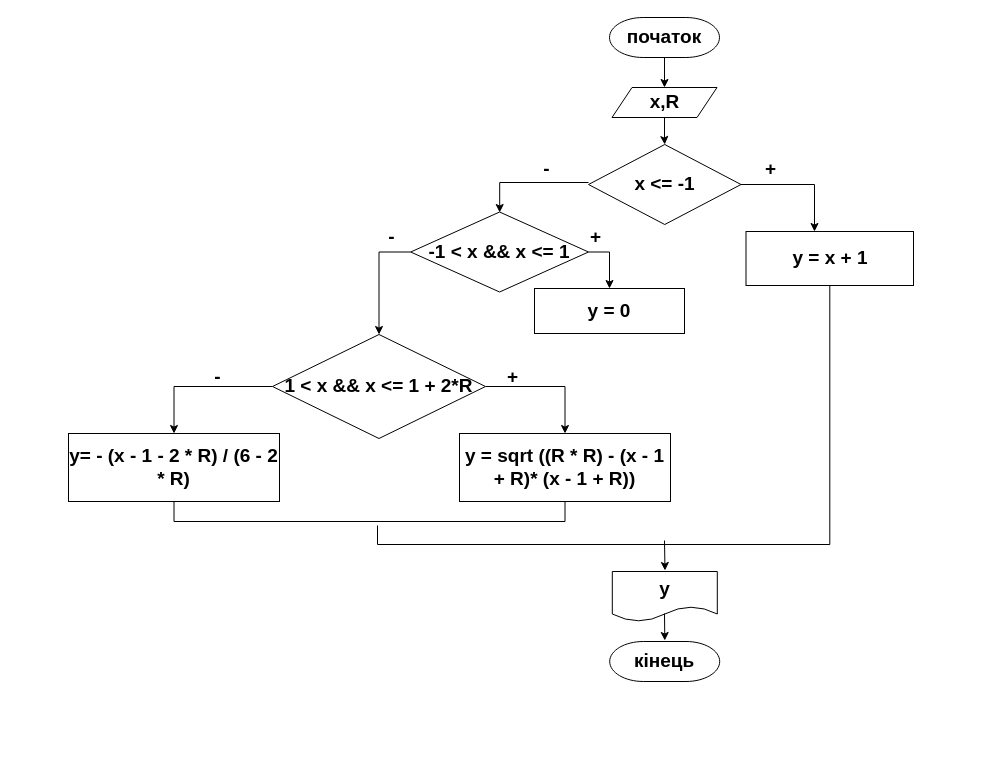
Earlier version of the draw.io diagram page "Сторінка-1" (1 of 2) of lab_3.3 uml.drawio (viksi01/lab_3.3). Source tidied: cells renumbered, new cells numbered last; positions are measured from the earlier drawing's top-left corner, leaving out a move shared by most shapes. Both pictures are drawn from the tidied source at 100%, with x=0, y=0 at pixel (68, 17).
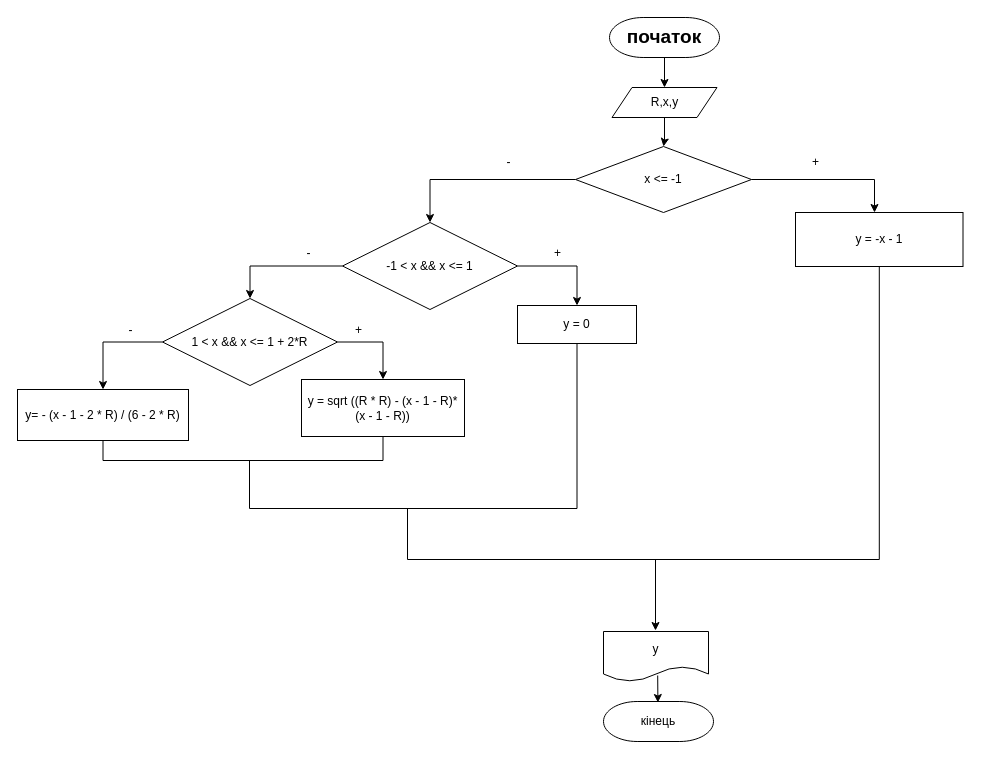
After the change.

The change refers to these unchanged cells:
```xml
<mxCell id="2" value="&lt;span style=&quot;font-size: 19px;&quot;&gt;початок&lt;/span&gt;" style="strokeWidth=1;html=1;shape=mxgraph.flowchart.terminator;whiteSpace=wrap;fontStyle=1;fontSize=19;" parent="1" vertex="1">
  <mxGeometry x="541" width="110" height="40" as="geometry" />
</mxCell>
```

What changed in the source:
```diff
@@
-    <mxCell id="3" style="edgeStyle=orthogonalEdgeStyle;rounded=0;jettySize=auto;html=1;fontStyle=1;fontSize=19;entryX=0.5;entryY=0;entryDx=0;entryDy=0;" parent="1" edge="1" source="4" target="6">
+    <mxCell id="3" style="edgeStyle=orthogonalEdgeStyle;rounded=0;jettySize=auto;html=1;fontStyle=0;fontSize=12;entryX=0.5;entryY=0;entryDx=0;entryDy=0;" parent="1" edge="1" source="4" target="6">
       <mxGeometry relative="1" as="geometry">
         <Array as="points">
           <mxPoint x="596" y="123" />
           <mxPoint x="596" y="123" />
         </Array>
       </mxGeometry>
     </mxCell>
-    <mxCell id="4" value="x,R" style="shape=parallelogram;perimeter=parallelogramPerimeter;whiteSpace=wrap;html=1;fixedSize=1;fontStyle=1;fontSize=19;" parent="1" vertex="1">
+    <mxCell id="4" value="R,x,y" style="shape=parallelogram;perimeter=parallelogramPerimeter;whiteSpace=wrap;html=1;fixedSize=1;fontStyle=0;fontSize=12;" parent="1" vertex="1">
       <mxGeometry x="543.5" y="70" width="105" height="30" as="geometry" />
     </mxCell>
-    <mxCell id="5" style="endArrow=classic;html=1;rounded=0;strokeColor=default;exitX=0.5;exitY=1;exitDx=0;exitDy=0;exitPerimeter=0;fontStyle=1;fontSize=19;" parent="1" edge="1" source="2">
+    <mxCell id="5" style="endArrow=classic;html=1;rounded=0;strokeColor=default;exitX=0.5;exitY=1;exitDx=0;exitDy=0;exitPerimeter=0;fontStyle=0;fontSize=12;" parent="1" edge="1" source="2">
       <mxGeometry relative="1" as="geometry">
         <mxPoint x="596" y="70" as="targetPoint" />
       </mxGeometry>
     </mxCell>
+    <mxCell id="31" style="edgeStyle=orthogonalEdgeStyle;rounded=0;jettySize=auto;html=1;fontSize=12;entryX=0.5;entryY=0;entryDx=0;entryDy=0;exitX=0;exitY=0.5;exitDx=0;exitDy=0;fontStyle=0;" parent="1" edge="1" source="6" target="13">
+      <mxGeometry relative="1" as="geometry" />
+    </mxCell>
-    <mxCell id="6" value="x &amp;lt;= -1" style="rhombus;whiteSpace=wrap;html=1;fontStyle=1;fontSize=19;" parent="1" vertex="1">
-      <mxGeometry x="520" y="127" width="152.5" height="80" as="geometry" />
+    <mxCell id="6" value="&lt;span style=&quot;font-size: 12px;&quot;&gt;x &amp;lt;= -1&lt;/span&gt;" style="rhombus;whiteSpace=wrap;html=1;fontStyle=0;fontSize=12;" parent="1" vertex="1">
+      <mxGeometry x="507" y="129" width="176" height="66" as="geometry" />
     </mxCell>
-    <mxCell id="7" style="edgeStyle=orthogonalEdgeStyle;rounded=0;jettySize=auto;html=1;endArrow=none;endFill=0;" parent="1" edge="1" source="8">
-      <mxGeometry relative="1" as="geometry">
-        <mxPoint x="309" y="508" as="targetPoint" />
-        <Array as="points">
-          <mxPoint x="761" y="527" />
-          <mxPoint x="309" y="527" />
-        </Array>
-      </mxGeometry>
-    </mxCell>
+    <mxCell id="32" style="edgeStyle=orthogonalEdgeStyle;rounded=0;jettySize=auto;html=1;fontSize=12;endArrow=none;endFill=0;" parent="1" edge="1" source="8">
+      <mxGeometry relative="1" as="geometry">
+        <mxPoint x="339" y="491" as="targetPoint" />
+        <Array as="points">
+          <mxPoint x="811" y="542" />
+          <mxPoint x="339" y="542" />
+        </Array>
+      </mxGeometry>
+    </mxCell>
-    <mxCell id="8" value="y = x + 1" style="whiteSpace=wrap;html=1;fontStyle=1;fontSize=19;" parent="1" vertex="1">
-      <mxGeometry x="677.5" y="214" width="167.5" height="54" as="geometry" />
+    <mxCell id="8" value="y = -x - 1" style="whiteSpace=wrap;html=1;fontStyle=0;fontSize=12;" parent="1" vertex="1">
+      <mxGeometry x="727" y="195" width="167.5" height="54" as="geometry" />
     </mxCell>
-    <mxCell id="9" style="edgeStyle=orthogonalEdgeStyle;rounded=0;jettySize=auto;html=1;exitX=1;exitY=0.5;exitDx=0;exitDy=0;fontStyle=1;fontSize=19;" parent="1" edge="1" source="6" target="8">
+    <mxCell id="9" style="edgeStyle=orthogonalEdgeStyle;rounded=0;jettySize=auto;html=1;exitX=1;exitY=0.5;exitDx=0;exitDy=0;fontStyle=0;fontSize=12;" parent="1" edge="1" source="6" target="8">
       <mxGeometry relative="1" as="geometry">
         <Array as="points">
-          <mxPoint x="746" y="167" />
+          <mxPoint x="806" y="162" />
         </Array>
       </mxGeometry>
     </mxCell>
-    <mxCell id="10" style="edgeStyle=orthogonalEdgeStyle;rounded=0;orthogonalLoop=1;jettySize=auto;html=1;exitX=1;exitY=0.5;exitDx=0;exitDy=0;entryX=0.5;entryY=0;entryDx=0;entryDy=0;fontStyle=1;fontSize=19;" parent="1" edge="1">
-      <mxGeometry relative="1" as="geometry">
-        <mxPoint x="520" y="165" as="sourcePoint" />
-        <mxPoint x="431.2" y="195" as="targetPoint" />
-        <Array as="points">
-          <mxPoint x="431.2" y="165" />
-        </Array>
-      </mxGeometry>
-    </mxCell>
-    <mxCell id="11" style="edgeStyle=orthogonalEdgeStyle;rounded=0;jettySize=auto;html=1;strokeColor=default;fontStyle=1;fontSize=19;exitX=1;exitY=0.5;exitDx=0;exitDy=0;" parent="1" edge="1" source="13" target="14">
+    <mxCell id="11" style="edgeStyle=orthogonalEdgeStyle;rounded=0;jettySize=auto;html=1;fontSize=12;entryX=0.5;entryY=0;entryDx=0;entryDy=0;fontStyle=0;exitX=1;exitY=0.5;exitDx=0;exitDy=0;" parent="1" edge="1" source="13" target="14">
       <mxGeometry relative="1" as="geometry" />
     </mxCell>
-    <mxCell id="12" style="edgeStyle=orthogonalEdgeStyle;rounded=0;jettySize=auto;html=1;exitX=0;exitY=0.5;exitDx=0;exitDy=0;" parent="1" edge="1" source="13" target="24">
+    <mxCell id="12" style="edgeStyle=orthogonalEdgeStyle;rounded=0;jettySize=auto;html=1;fontSize=12;entryX=0.5;entryY=0;entryDx=0;entryDy=0;" parent="1" edge="1" source="13" target="24">
       <mxGeometry relative="1" as="geometry" />
     </mxCell>
-    <mxCell id="13" value="-1 &amp;lt; x &amp;amp;&amp;amp; x &amp;lt;= 1" style="rhombus;whiteSpace=wrap;html=1;fontStyle=1;fontSize=19;" parent="1" vertex="1">
-      <mxGeometry x="342.2" y="194.5" width="177.8" height="80" as="geometry" />
+    <mxCell id="13" value="-1 &amp;lt; x &amp;amp;&amp;amp; x &amp;lt;= 1" style="rhombus;whiteSpace=wrap;html=1;fontStyle=0;fontSize=12;" parent="1" vertex="1">
+      <mxGeometry x="274" y="205" width="175" height="87" as="geometry" />
     </mxCell>
-    <mxCell id="14" value="y = 0" style="whiteSpace=wrap;html=1;fontStyle=1;fontSize=19;" parent="1" vertex="1">
-      <mxGeometry x="466" y="271" width="150" height="45" as="geometry" />
-    </mxCell>
-    <mxCell id="15" style="endArrow=classic;html=1;rounded=0;strokeColor=default;fontStyle=1;fontSize=19;" parent="1" edge="1">
-      <mxGeometry relative="1" as="geometry">
-        <mxPoint x="596" y="523" as="sourcePoint" />
-        <mxPoint x="596.5" y="553" as="targetPoint" />
-      </mxGeometry>
-    </mxCell>
-    <mxCell id="16" value="y" style="shape=document;whiteSpace=wrap;html=1;boundedLbl=1;rounded=0;strokeWidth=1;fontStyle=1;fontSize=19;" parent="1" vertex="1">
-      <mxGeometry x="543.8" y="554" width="105" height="50" as="geometry" />
+    <mxCell id="16" value="y" style="shape=document;whiteSpace=wrap;html=1;boundedLbl=1;rounded=0;strokeWidth=1;fontStyle=0;fontSize=12;" parent="1" vertex="1">
+      <mxGeometry x="535" y="614" width="105" height="50" as="geometry" />
     </mxCell>
-    <mxCell id="17" style="endArrow=classic;html=1;rounded=0;strokeColor=default;fontStyle=1;fontSize=19;" parent="1" edge="1">
+    <mxCell id="17" style="endArrow=classic;html=1;rounded=0;strokeColor=default;fontStyle=0;fontSize=12;" parent="1" edge="1">
       <mxGeometry relative="1" as="geometry">
-        <mxPoint x="596" y="596" as="sourcePoint" />
-        <mxPoint x="596.3" y="623" as="targetPoint" />
+        <mxPoint x="589.2" y="658" as="sourcePoint" />
+        <mxPoint x="589.4" y="685" as="targetPoint" />
       </mxGeometry>
     </mxCell>
-    <mxCell id="18" value="кінець" style="strokeWidth=1;html=1;shape=mxgraph.flowchart.terminator;whiteSpace=wrap;fontStyle=1;fontSize=19;" parent="1" vertex="1">
-      <mxGeometry x="541.2" y="624" width="110" height="40" as="geometry" />
+    <mxCell id="18" value="кінець" style="strokeWidth=1;html=1;shape=mxgraph.flowchart.terminator;whiteSpace=wrap;fontStyle=0;fontSize=12;" parent="1" vertex="1">
+      <mxGeometry x="535" y="684" width="110" height="40" as="geometry" />
     </mxCell>
-    <mxCell id="19" value="+" style="text;html=1;align=center;verticalAlign=middle;strokeColor=none;fillColor=none;fontStyle=1;fontSize=19;" parent="1" vertex="1">
-      <mxGeometry x="512" y="202" width="29" height="35" as="geometry" />
-    </mxCell>
-    <mxCell id="20" value="+" style="text;html=1;align=center;verticalAlign=middle;strokeColor=none;fillColor=none;fontStyle=1;fontSize=19;" parent="1" vertex="1">
-      <mxGeometry x="687" y="134" width="29" height="35" as="geometry" />
-    </mxCell>
-    <mxCell id="21" value="-" style="text;html=1;align=center;verticalAlign=middle;strokeColor=none;fillColor=none;fontStyle=1;fontSize=19;" parent="1" vertex="1">
-      <mxGeometry x="466" y="134" width="24" height="35" as="geometry" />
-    </mxCell>
-    <mxCell id="22" style="edgeStyle=orthogonalEdgeStyle;rounded=0;jettySize=auto;html=1;exitX=1;exitY=0.5;exitDx=0;exitDy=0;" parent="1" edge="1" source="24" target="25">
-      <mxGeometry relative="1" as="geometry" />
-    </mxCell>
+    <mxCell id="33" style="edgeStyle=orthogonalEdgeStyle;rounded=0;jettySize=auto;html=1;fontSize=12;endArrow=none;endFill=0;" parent="1" edge="1" source="14">
+      <mxGeometry relative="1" as="geometry">
+        <mxPoint x="181" y="443" as="targetPoint" />
+        <Array as="points">
+          <mxPoint x="509" y="491" />
+          <mxPoint x="181" y="491" />
+        </Array>
+      </mxGeometry>
+    </mxCell>
+    <mxCell id="14" value="y = 0" style="whiteSpace=wrap;html=1;fontSize=12;fontStyle=0;" parent="1" vertex="1">
+      <mxGeometry x="449" y="288" width="119" height="38" as="geometry" />
+    </mxCell>
+    <mxCell id="34" value="&lt;font style=&quot;font-size: 12px;&quot;&gt;&lt;span style=&quot;font-size: 12px;&quot;&gt;+&lt;/span&gt;&lt;/font&gt;" style="text;html=1;align=center;verticalAlign=middle;strokeColor=none;fillColor=none;fontSize=12;fontStyle=0;" parent="1" vertex="1">
+      <mxGeometry x="734" y="132" width="25" height="26" as="geometry" />
+    </mxCell>
+    <mxCell id="35" value="&lt;span style=&quot;font-size: 12px;&quot;&gt;-&lt;/span&gt;" style="text;html=1;align=center;verticalAlign=middle;strokeColor=none;fillColor=none;fontSize=12;fontStyle=0;" parent="1" vertex="1">
+      <mxGeometry x="429" y="132" width="22" height="26" as="geometry" />
+    </mxCell>
+    <mxCell id="36" value="&lt;font style=&quot;font-size: 12px;&quot;&gt;&lt;span style=&quot;font-size: 12px;&quot;&gt;+&lt;/span&gt;&lt;/font&gt;" style="text;html=1;align=center;verticalAlign=middle;strokeColor=none;fillColor=none;fontSize=12;fontStyle=0;" parent="1" vertex="1">
+      <mxGeometry x="476" y="223" width="25" height="26" as="geometry" />
+    </mxCell>
+    <mxCell id="37" value="&lt;span style=&quot;font-size: 12px;&quot;&gt;-&lt;/span&gt;" style="text;html=1;align=center;verticalAlign=middle;strokeColor=none;fillColor=none;fontSize=12;fontStyle=0;" parent="1" vertex="1">
+      <mxGeometry x="229" y="223" width="22" height="26" as="geometry" />
+    </mxCell>
+    <mxCell id="38" style="edgeStyle=orthogonalEdgeStyle;rounded=0;jettySize=auto;html=1;fontSize=12;exitX=1;exitY=0.5;exitDx=0;exitDy=0;" parent="1" edge="1" source="24" target="40">
+      <mxGeometry relative="1" as="geometry" />
+    </mxCell>
-    <mxCell id="23" style="edgeStyle=orthogonalEdgeStyle;rounded=0;jettySize=auto;html=1;exitX=0;exitY=0.5;exitDx=0;exitDy=0;" parent="1" edge="1" source="24" target="27">
+    <mxCell id="23" style="edgeStyle=orthogonalEdgeStyle;rounded=0;jettySize=auto;html=1;fontSize=12;exitX=0;exitY=0.5;exitDx=0;exitDy=0;" parent="1" edge="1" source="24" target="27">
       <mxGeometry relative="1" as="geometry" />
     </mxCell>
-    <mxCell id="24" value="1 &amp;lt; x &amp;amp;&amp;amp; x &amp;lt;= 1 + 2*R" style="rhombus;whiteSpace=wrap;html=1;fontSize=19;fontStyle=1;" parent="1" vertex="1">
-      <mxGeometry x="204" y="317" width="213" height="104" as="geometry" />
+    <mxCell id="24" value="1 &amp;lt; x &amp;amp;&amp;amp; x &amp;lt;= 1 + 2*R" style="rhombus;whiteSpace=wrap;html=1;fontStyle=0;fontSize=12;" parent="1" vertex="1">
+      <mxGeometry x="94" y="281" width="175" height="87" as="geometry" />
     </mxCell>
-    <mxCell id="25" value="y = sqrt ((R * R) - (x - 1 + R)* (x - 1 + R))" style="whiteSpace=wrap;html=1;fontSize=19;fontStyle=1;" parent="1" vertex="1">
-      <mxGeometry x="391" y="416" width="211" height="68" as="geometry" />
-    </mxCell>
-    <mxCell id="26" style="edgeStyle=orthogonalEdgeStyle;rounded=0;jettySize=auto;html=1;entryX=0.5;entryY=1;entryDx=0;entryDy=0;exitX=0.5;exitY=1;exitDx=0;exitDy=0;endArrow=none;endFill=0;" parent="1" edge="1" source="27" target="25">
-      <mxGeometry relative="1" as="geometry" />
-    </mxCell>
+    <mxCell id="39" style="edgeStyle=orthogonalEdgeStyle;rounded=0;jettySize=auto;html=1;fontSize=12;entryX=0.5;entryY=1;entryDx=0;entryDy=0;exitX=0.5;exitY=1;exitDx=0;exitDy=0;endArrow=none;endFill=0;" parent="1" edge="1" source="40" target="27">
+      <mxGeometry relative="1" as="geometry" />
+    </mxCell>
+    <mxCell id="40" value="y = sqrt ((R * R) - (x - 1 - R)* (x - 1 - R))" style="whiteSpace=wrap;html=1;fontStyle=0;" parent="1" vertex="1">
+      <mxGeometry x="233" y="362" width="163" height="57" as="geometry" />
+    </mxCell>
+    <mxCell id="41" value="&lt;font style=&quot;font-size: 12px;&quot;&gt;&lt;span style=&quot;font-size: 12px;&quot;&gt;+&lt;/span&gt;&lt;/font&gt;" style="text;html=1;align=center;verticalAlign=middle;strokeColor=none;fillColor=none;fontSize=12;fontStyle=0;" parent="1" vertex="1">
+      <mxGeometry x="277" y="300" width="25" height="26" as="geometry" />
+    </mxCell>
-    <mxCell id="27" value="y= - (x - 1 - 2 * R) / (6 - 2 * R)" style="whiteSpace=wrap;html=1;fontSize=19;fontStyle=1;" parent="1" vertex="1">
-      <mxGeometry y="416" width="211" height="68" as="geometry" />
+    <mxCell id="27" value="y= - (x - 1 - 2 * R) / (6 - 2 * R)" style="whiteSpace=wrap;html=1;fontStyle=0;" parent="1" vertex="1">
+      <mxGeometry x="-51" y="372" width="171" height="51" as="geometry" />
     </mxCell>
-    <mxCell id="28" value="-" style="text;html=1;align=center;verticalAlign=middle;strokeColor=none;fillColor=none;fontStyle=1;fontSize=19;" parent="1" vertex="1">
-      <mxGeometry x="311" y="202" width="24" height="35" as="geometry" />
-    </mxCell>
-    <mxCell id="29" value="-" style="text;html=1;align=center;verticalAlign=middle;strokeColor=none;fillColor=none;fontStyle=1;fontSize=19;" parent="1" vertex="1">
-      <mxGeometry x="137" y="342" width="24" height="35" as="geometry" />
-    </mxCell>
-    <mxCell id="30" value="+" style="text;html=1;align=center;verticalAlign=middle;strokeColor=none;fillColor=none;fontStyle=1;fontSize=19;" parent="1" vertex="1">
-      <mxGeometry x="429" y="342" width="29" height="35" as="geometry" />
-    </mxCell>
+    <mxCell id="42" value="&lt;span style=&quot;font-size: 12px;&quot;&gt;-&lt;/span&gt;" style="text;html=1;align=center;verticalAlign=middle;strokeColor=none;fillColor=none;fontSize=12;fontStyle=0;" parent="1" vertex="1">
+      <mxGeometry x="51" y="300" width="22" height="26" as="geometry" />
+    </mxCell>
+    <mxCell id="43" style="endArrow=classic;html=1;rounded=0;fontSize=12;" parent="1" edge="1">
+      <mxGeometry relative="1" as="geometry">
+        <mxPoint x="587" y="542" as="sourcePoint" />
+        <mxPoint x="587" y="613" as="targetPoint" />
+      </mxGeometry>
+    </mxCell>
```
